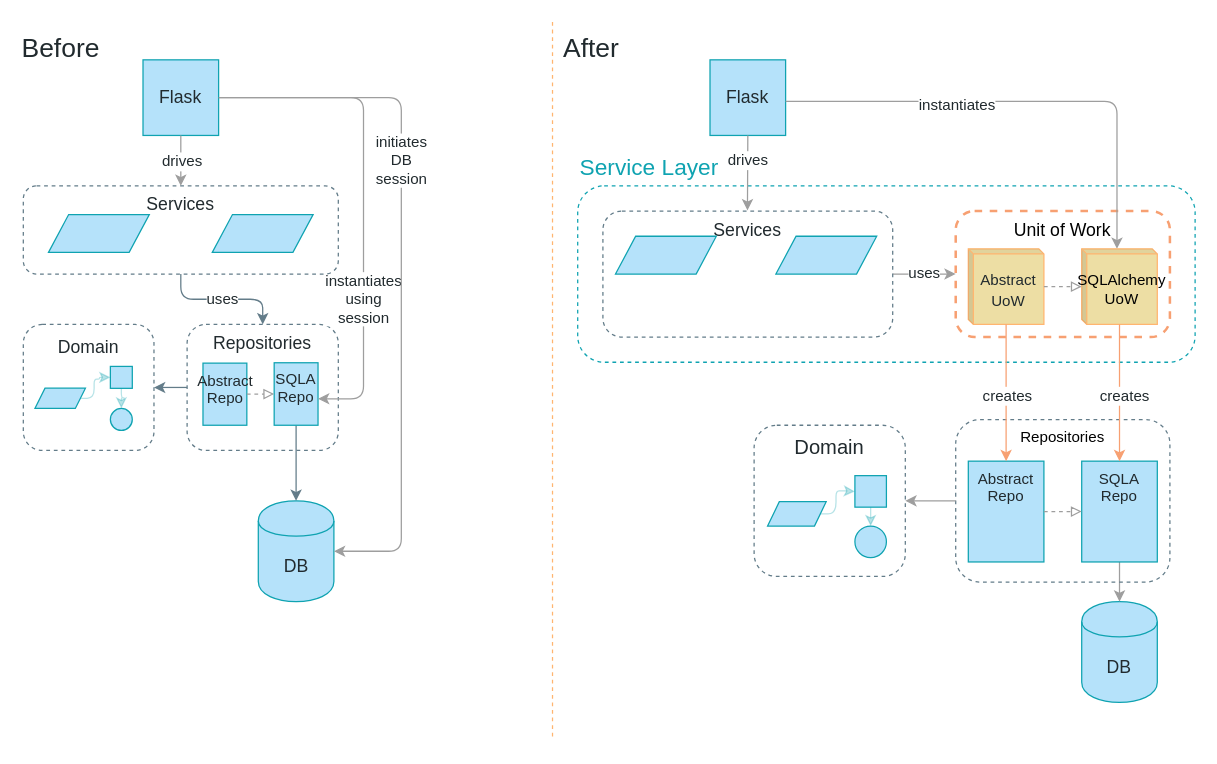
Earlier version of the draw.io diagram page "Chapter 5" (4 of 10) of maps.drawio (cosmicpython/book). Source tidied: cells renumbered, new cells numbered last; positions are measured from the earlier drawing's top-left corner, leaving out a move shared by most shapes. Both pictures are drawn from the tidied source at 126%, with x=0, y=0 at pixel (21, 21).
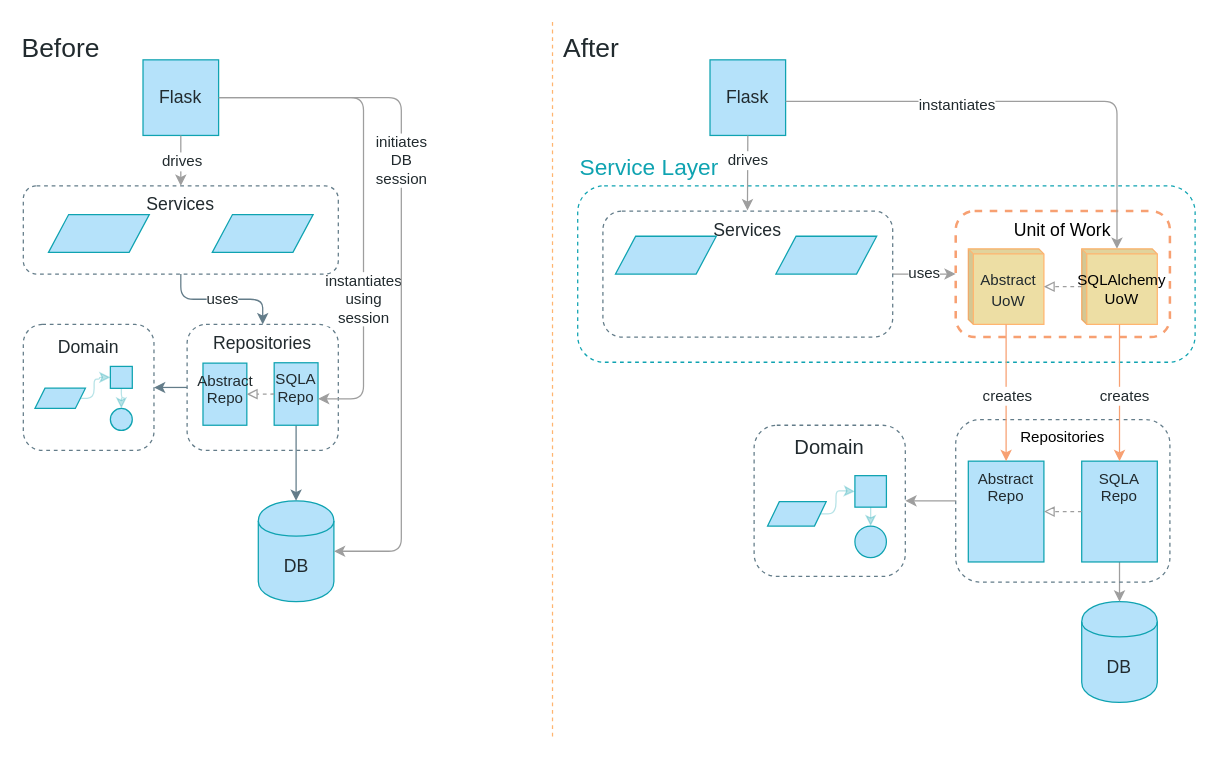
The same page after the edit.

The change refers to these unchanged cells:
```xml
<mxCell id="5" style="group;fontFamily=Guardian Sans Cond Light;" parent="4" vertex="1">
  <mxGeometry width="120" height="100" as="geometry" />
</mxCell>
<mxCell id="7" value="Abstract Repo" style="whiteSpace=wrap;html=1;strokeColor=#0FA3B1;fillColor=#B5E2FA;gradientColor=none;fontFamily=Guardian Sans Cond Light;fontSize=12;fontColor=#212A2E;verticalAlign=top;" parent="5" vertex="1">
  <mxGeometry x="12.6" y="30.7" width="34.8" height="49.3" as="geometry" />
</mxCell>
<mxCell id="8" value="SQLA Repo" style="whiteSpace=wrap;html=1;strokeColor=#0FA3B1;fillColor=#B5E2FA;gradientColor=none;fontFamily=Guardian Sans Cond Light;fontSize=12;fontColor=#212A2E;verticalAlign=top;" parent="5" vertex="1">
  <mxGeometry x="69.1" y="30.4" width="34.8" height="49.6" as="geometry" />
</mxCell>
<mxCell id="33" value="&lt;font style=&quot;font-size: 12px&quot; color=&quot;#212A2E&quot;&gt;Abstract UoW&lt;br style=&quot;font-size: 12px&quot;&gt;&lt;/font&gt;" style="shape=cube;whiteSpace=wrap;html=1;boundedLbl=1;backgroundOutline=1;darkOpacity=0.05;darkOpacity2=0.1;fontFamily=Guardian Sans Cond Light;fontSize=14;fontColor=#000000;align=center;strokeColor=#FFB570;fillColor=#EDDEA4;size=4;" parent="1" vertex="1">
  <mxGeometry x="751" y="180" width="60" height="60" as="geometry" />
</mxCell>
<mxCell id="34" value="SQLAlchemy&lt;br style=&quot;font-size: 12px;&quot;&gt;UoW" style="shape=cube;whiteSpace=wrap;html=1;boundedLbl=1;backgroundOutline=1;darkOpacity=0.05;darkOpacity2=0.1;fontFamily=Guardian Sans Cond Light;fontSize=12;fontColor=#000000;align=center;strokeColor=#FFB570;fillColor=#EDDEA4;size=4;" parent="1" vertex="1">
  <mxGeometry x="841" y="180" width="60" height="60" as="geometry" />
</mxCell>
<mxCell id="48" value="&lt;font style=&quot;font-size: 12px&quot; color=&quot;#212A2E&quot;&gt;Abstract Repo&lt;br style=&quot;font-size: 12px&quot;&gt;&lt;/font&gt;" style="whiteSpace=wrap;html=1;strokeColor=#0FA3B1;fillColor=#B5E2FA;gradientColor=none;fontFamily=Guardian Sans Cond Light;fontSize=12;fontColor=#212A2E;verticalAlign=top;" parent="1" vertex="1">
  <mxGeometry x="751" y="348.5" width="60" height="80" as="geometry" />
</mxCell>
<mxCell id="51" value="SQLA&lt;br style=&quot;font-size: 12px&quot;&gt;Repo" style="whiteSpace=wrap;html=1;strokeColor=#0FA3B1;fillColor=#B5E2FA;gradientColor=none;fontFamily=Guardian Sans Cond Light;fontSize=12;fontColor=#212A2E;verticalAlign=top;" parent="1" vertex="1">
  <mxGeometry x="841" y="348.5" width="60" height="80" as="geometry" />
</mxCell>
```

What changed in the source:
```diff
@@
-    <mxCell id="9" style="endArrow=block;dashed=1;endFill=0;endSize=6;html=1;strokeColor=#9E9E9E;fillColor=#B5E2FA;fontFamily=Guardian Sans Cond Light;fontSize=12;fontColor=#212A2E;entryX=0;entryY=0.5;entryDx=0;entryDy=0;exitX=1;exitY=0.5;exitDx=0;exitDy=0;" parent="5" edge="1" source="7" target="8">
+    <mxCell id="9" style="endArrow=block;dashed=1;endFill=0;endSize=6;html=1;strokeColor=#9E9E9E;fillColor=#B5E2FA;fontFamily=Guardian Sans Cond Light;fontSize=12;fontColor=#212A2E;entryX=1;entryY=0.5;entryDx=0;entryDy=0;exitX=0;exitY=0.5;exitDx=0;exitDy=0;" parent="5" edge="1" source="8" target="7">
       <mxGeometry relative="1" as="geometry" />
     </mxCell>
@@
-    <mxCell id="36" style="endArrow=block;dashed=1;endFill=0;endSize=6;html=1;strokeColor=#9E9E9E;fillColor=#B5E2FA;fontFamily=Guardian Sans Cond Light;fontSize=12;fontColor=#212A2E;exitX=1;exitY=0.5;exitDx=0;exitDy=0;entryX=0;entryY=0.5;entryDx=0;entryDy=0;" parent="1" edge="1" source="33" target="34">
+    <mxCell id="36" style="endArrow=block;dashed=1;endFill=0;endSize=6;html=1;strokeColor=#9E9E9E;fillColor=#B5E2FA;fontFamily=Guardian Sans Cond Light;fontSize=12;fontColor=#212A2E;exitX=0;exitY=0.5;exitDx=0;exitDy=0;entryX=1;entryY=0.5;entryDx=0;entryDy=0;" parent="1" edge="1" source="34" target="33">
       <mxGeometry relative="1" as="geometry" />
     </mxCell>
@@
-    <mxCell id="52" style="endArrow=block;dashed=1;endFill=0;endSize=6;html=1;strokeColor=#9E9E9E;fillColor=#B5E2FA;fontFamily=Guardian Sans Cond Light;fontSize=12;fontColor=#212A2E;exitX=1;exitY=0.5;exitDx=0;exitDy=0;entryX=0;entryY=0.5;entryDx=0;entryDy=0;" parent="1" edge="1" source="48" target="51">
+    <mxCell id="52" style="endArrow=block;dashed=1;endFill=0;endSize=6;html=1;strokeColor=#9E9E9E;fillColor=#B5E2FA;fontFamily=Guardian Sans Cond Light;fontSize=12;fontColor=#212A2E;exitX=0;exitY=0.5;exitDx=0;exitDy=0;entryX=1;entryY=0.5;entryDx=0;entryDy=0;" parent="1" edge="1" source="51" target="48">
       <mxGeometry relative="1" as="geometry" />
     </mxCell>
```
